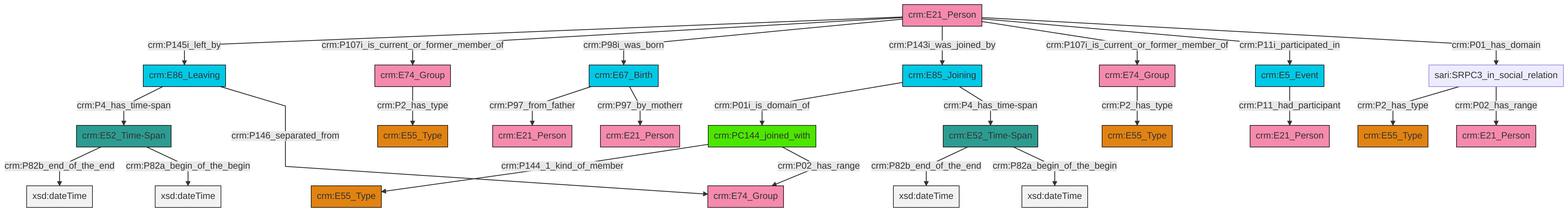
Earlier version of the Mermaid export et/personCSV/ttl/mmd/png/Person_Actor_Relations.png (swiss-art-research-net/docs.swissartresearch). Its source is kept beside it as et/personCSV/ttl/mmd/Person_Actor_Relations.ttl.mmd.
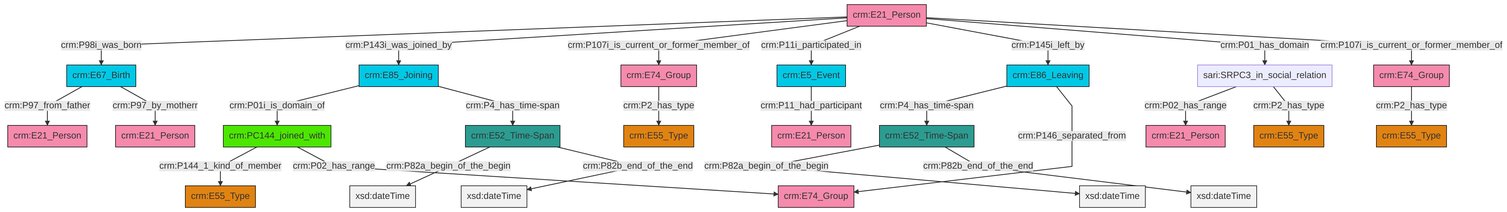
The same diagram one commit later.

What changed in the source:
```diff
@@ -13,27 +13,27 @@
 classDef PC_Classes fill:#4ce600, stroke:#000000;
 classDef Multi fill:#cccccc,stroke:#000000;
 
-0["crm:E21_Person"]:::Actor -->|crm:P145i_left_by| 1["crm:E86_Leaving"]:::Temporal_Entity
-2["crm:PC144_joined_with"]:::PC_Classes -->|crm:P144_1_kind_of_member| 3["crm:E55_Type"]:::Type
-4["crm:E52_Time-Span"]:::Time-Span -->|crm:P82b_end_of_the_end| 5[xsd:dateTime]:::Literal
-6["crm:E85_Joining"]:::Temporal_Entity -->|crm:P01i_is_domain_of| 2["crm:PC144_joined_with"]:::PC_Classes
-1["crm:E86_Leaving"]:::Temporal_Entity -->|crm:P4_has_time-span| 4["crm:E52_Time-Span"]:::Time-Span
-0["crm:E21_Person"]:::Actor -->|crm:P107i_is_current_or_former_member_of| 10["crm:E74_Group"]:::Actor
-0["crm:E21_Person"]:::Actor -->|crm:P98i_was_born| 13["crm:E67_Birth"]:::Temporal_Entity
-13["crm:E67_Birth"]:::Temporal_Entity -->|crm:P97_from_father| 15["crm:E21_Person"]:::Actor
-4["crm:E52_Time-Span"]:::Time-Span -->|crm:P82a_begin_of_the_begin| 16[xsd:dateTime]:::Literal
-10["crm:E74_Group"]:::Actor -->|crm:P2_has_type| 17["crm:E55_Type"]:::Type
-1["crm:E86_Leaving"]:::Temporal_Entity -->|crm:P146_separated_from| 19["crm:E74_Group"]:::Actor
-0["crm:E21_Person"]:::Actor -->|crm:P143i_was_joined_by| 6["crm:E85_Joining"]:::Temporal_Entity
-21["crm:E52_Time-Span"]:::Time-Span -->|crm:P82b_end_of_the_end| 22[xsd:dateTime]:::Literal
-0["crm:E21_Person"]:::Actor -->|crm:P107i_is_current_or_former_member_of| 24["crm:E74_Group"]:::Actor
-0["crm:E21_Person"]:::Actor -->|crm:P11i_participated_in| 11["crm:E5_Event"]:::Temporal_Entity
-13["crm:E67_Birth"]:::Temporal_Entity -->|crm:P97_by_motherr| 26["crm:E21_Person"]:::Actor
-21["crm:E52_Time-Span"]:::Time-Span -->|crm:P82a_begin_of_the_begin| 33[xsd:dateTime]:::Literal
-6["crm:E85_Joining"]:::Temporal_Entity -->|crm:P4_has_time-span| 21["crm:E52_Time-Span"]:::Time-Span
-36["sari:SRPC3_in_social_relation"]:::Default -->|crm:P2_has_type| 8["crm:E55_Type"]:::Type
-11["crm:E5_Event"]:::Temporal_Entity -->|crm:P11_had_participant| 39["crm:E21_Person"]:::Actor
-2["crm:PC144_joined_with"]:::PC_Classes -->|crm:P02_has_range| 19["crm:E74_Group"]:::Actor
-0["crm:E21_Person"]:::Actor -->|crm:P01_has_domain| 36["sari:SRPC3_in_social_relation"]:::Default
-36["sari:SRPC3_in_social_relation"]:::Default -->|crm:P02_has_range| 27["crm:E21_Person"]:::Actor
-24["crm:E74_Group"]:::Actor -->|crm:P2_has_type| 29["crm:E55_Type"]:::Type
+0["crm:E52_Time-Span"]:::Time-Span -->|crm:P82a_begin_of_the_begin| 1[xsd:dateTime]:::Literal
+4["crm:E21_Person"]:::Actor -->|crm:P98i_was_born| 5["crm:E67_Birth"]:::Temporal_Entity
+6["crm:PC144_joined_with"]:::PC_Classes -->|crm:P144_1_kind_of_member| 7["crm:E55_Type"]:::Type
+4["crm:E21_Person"]:::Actor -->|crm:P143i_was_joined_by| 14["crm:E85_Joining"]:::Temporal_Entity
+22["sari:SRPC3_in_social_relation"]:::Default -->|crm:P02_has_range| 17["crm:E21_Person"]:::Actor
+2["crm:E52_Time-Span"]:::Time-Span -->|crm:P82a_begin_of_the_begin| 23[xsd:dateTime]:::Literal
+19["crm:E74_Group"]:::Actor -->|crm:P2_has_type| 10["crm:E55_Type"]:::Type
+14["crm:E85_Joining"]:::Temporal_Entity -->|crm:P01i_is_domain_of| 6["crm:PC144_joined_with"]:::PC_Classes
+2["crm:E52_Time-Span"]:::Time-Span -->|crm:P82b_end_of_the_end| 25[xsd:dateTime]:::Literal
+4["crm:E21_Person"]:::Actor -->|crm:P107i_is_current_or_former_member_of| 26["crm:E74_Group"]:::Actor
+29["crm:E5_Event"]:::Temporal_Entity -->|crm:P11_had_participant| 30["crm:E21_Person"]:::Actor
+0["crm:E52_Time-Span"]:::Time-Span -->|crm:P82b_end_of_the_end| 31[xsd:dateTime]:::Literal
+4["crm:E21_Person"]:::Actor -->|crm:P11i_participated_in| 29["crm:E5_Event"]:::Temporal_Entity
+6["crm:PC144_joined_with"]:::PC_Classes -->|crm:P02_has_range| 34["crm:E74_Group"]:::Actor
+12["crm:E86_Leaving"]:::Temporal_Entity -->|crm:P4_has_time-span| 2["crm:E52_Time-Span"]:::Time-Span
+14["crm:E85_Joining"]:::Temporal_Entity -->|crm:P4_has_time-span| 0["crm:E52_Time-Span"]:::Time-Span
+4["crm:E21_Person"]:::Actor -->|crm:P145i_left_by| 12["crm:E86_Leaving"]:::Temporal_Entity
+12["crm:E86_Leaving"]:::Temporal_Entity -->|crm:P146_separated_from| 34["crm:E74_Group"]:::Actor
+22["sari:SRPC3_in_social_relation"]:::Default -->|crm:P2_has_type| 8["crm:E55_Type"]:::Type
+26["crm:E74_Group"]:::Actor -->|crm:P2_has_type| 27["crm:E55_Type"]:::Type
+4["crm:E21_Person"]:::Actor -->|crm:P01_has_domain| 22["sari:SRPC3_in_social_relation"]:::Default
+5["crm:E67_Birth"]:::Temporal_Entity -->|crm:P97_from_father| 38["crm:E21_Person"]:::Actor
+5["crm:E67_Birth"]:::Temporal_Entity -->|crm:P97_by_motherr| 41["crm:E21_Person"]:::Actor
+4["crm:E21_Person"]:::Actor -->|crm:P107i_is_current_or_former_member_of| 19["crm:E74_Group"]:::Actor
```
